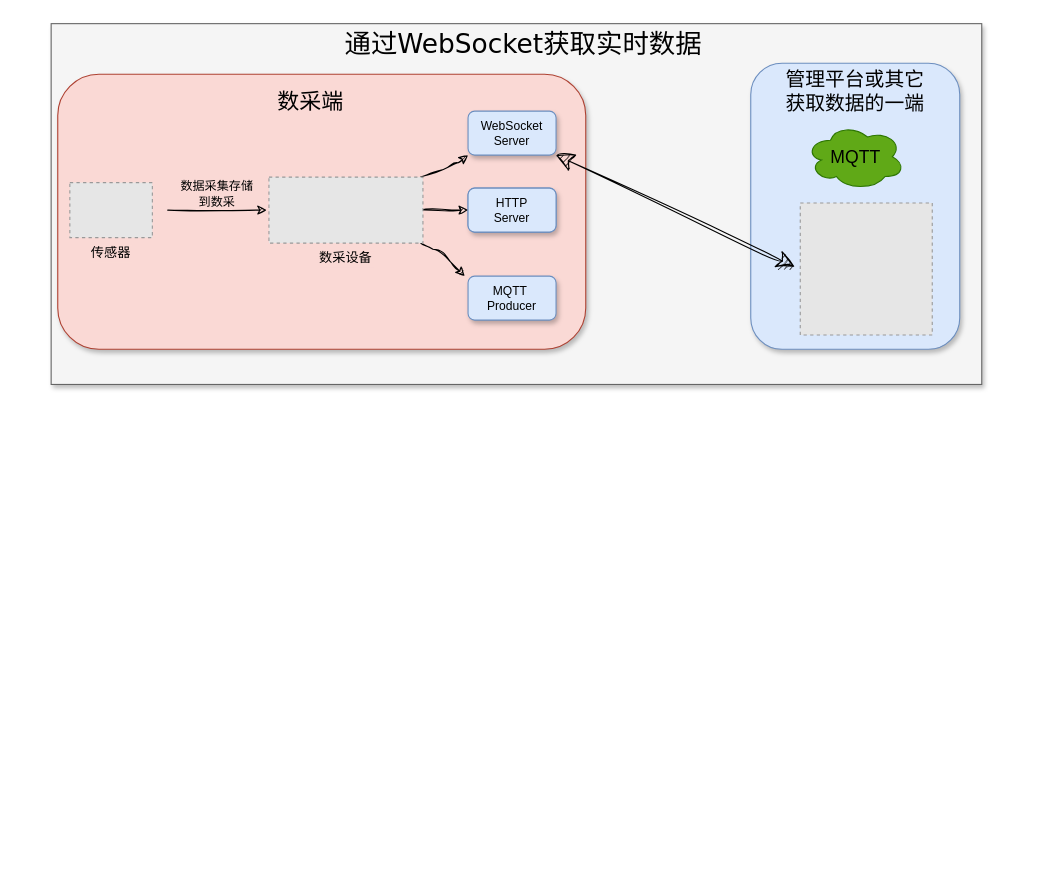
Before: page "第 2 页" (2 of 2) of drawio/dataFlow.drawio in raingnight/Blog_Pic, a draw.io diagram. Source tidied: cells renumbered, new cells numbered last; positions are measured from the earlier drawing's top-left corner, leaving out a move shared by most shapes. Both pictures are drawn from the tidied source at 110%, with x=0, y=0 at pixel (51, 23). Pictures stored in the file or linked from it are replaced by grey dashed boxes.
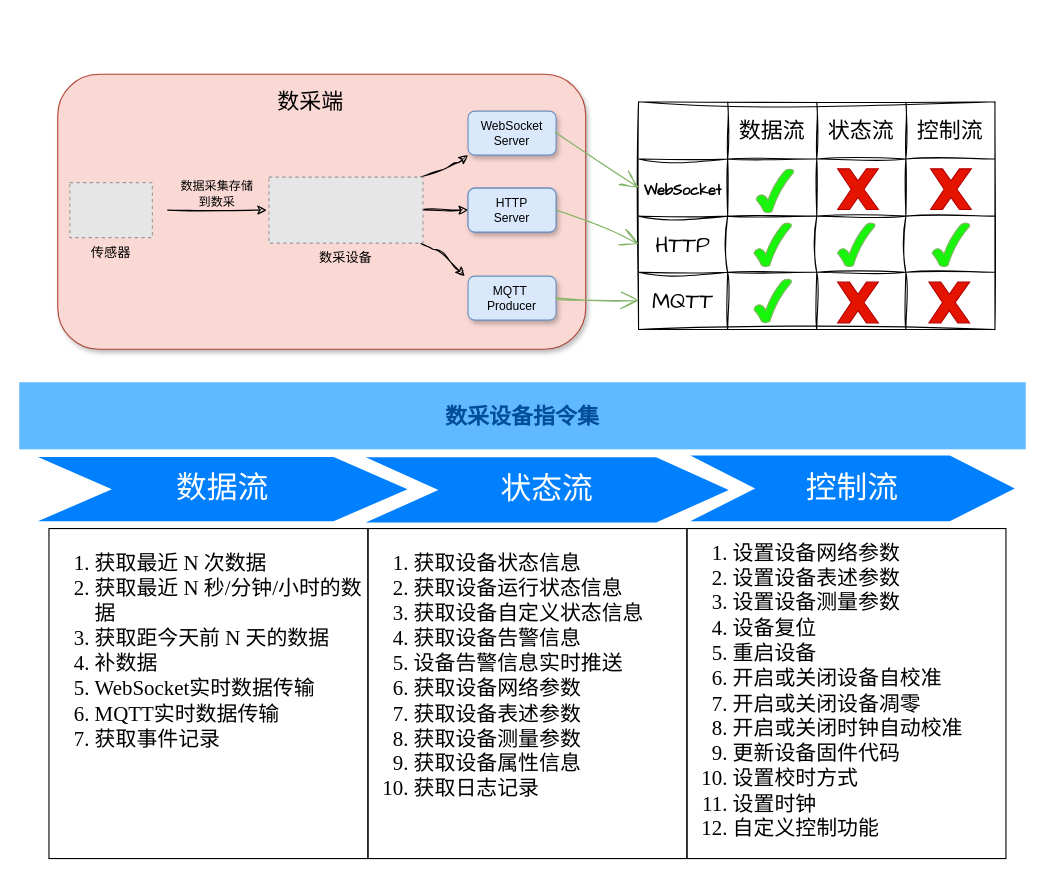
The same diagram, later.

Unchanged cells that the change refers to:
```xml
<mxCell id="7" style="whiteSpace=wrap;html=1;verticalAlign=top;labelBackgroundColor=default;fontSize=11;fillColor=#dae8fc;strokeColor=#6c8ebf;rounded=1;shadow=0;" parent="6" vertex="1">
  <mxGeometry width="80" height="40" as="geometry" />
</mxCell>
<mxCell id="11" style="whiteSpace=wrap;html=1;verticalAlign=top;labelBackgroundColor=default;fontSize=11;fillColor=#dae8fc;strokeColor=#6c8ebf;rounded=1;shadow=1;" parent="10" vertex="1">
  <mxGeometry width="80" height="40" as="geometry" />
</mxCell>
<mxCell id="15" style="whiteSpace=wrap;html=1;verticalAlign=top;labelBackgroundColor=default;fontSize=12;fillColor=#dae8fc;strokeColor=#6c8ebf;rounded=1;shadow=1;glass=0;" parent="14" vertex="1">
  <mxGeometry width="80" height="40" as="geometry" />
</mxCell>
```

The edit, as a diff of the source:
```diff
@@
-    <mxCell id="2" style="rounded=0;whiteSpace=wrap;html=1;shadow=1;sketch=0;hachureGap=4;jiggle=2;curveFitting=1;fontFamily=Verdana;fontSize=24;fillColor=#f5f5f5;strokeColor=#666666;fontColor=#333333;" parent="1" vertex="1">
-      <mxGeometry width="846" height="328" as="geometry" />
-    </mxCell>
@@
-    <mxCell id="22" style="group;shadow=1;" parent="1" vertex="1">
-      <mxGeometry x="636" y="36" width="190" height="260" as="geometry" />
-    </mxCell>
-    <mxCell id="23" style="rounded=1;whiteSpace=wrap;html=1;hachureGap=4;fontFamily=Architects Daughter;fontSize=20;fillColor=#dae8fc;strokeColor=#6c8ebf;shadow=1;" parent="22" vertex="1">
-      <mxGeometry width="190" height="260" as="geometry" />
-    </mxCell>
-    <mxCell id="24" style="group;rounded=1;" parent="22" vertex="1">
-      <mxGeometry x="50" y="55" width="90" height="60" as="geometry" />
-    </mxCell>
-    <mxCell id="25" style="ellipse;shape=cloud;whiteSpace=wrap;html=1;verticalAlign=top;labelBackgroundColor=default;fillColor=#60a917;fontColor=#ffffff;strokeColor=#2D7600;rounded=1;" parent="24" vertex="1">
-      <mxGeometry width="90" height="60" as="geometry" />
-    </mxCell>
+    <mxCell id="31" style="shape=table;startSize=0;childLayout=tableLayout;sketch=1;hachureGap=4;jiggle=2;curveFitting=1;fontFamily=Architects Daughter;fontSize=20;" parent="1" vertex="1">
+      <mxGeometry x="534" y="71" width="324" height="207" as="geometry" />
+    </mxCell>
+    <mxCell id="32" style="shape=tableRow;horizontal=0;startSize=0;swimlaneHead=0;swimlaneBody=0;strokeColor=inherit;top=0;left=0;bottom=0;right=0;fillColor=none;sketch=1;hachureGap=4;jiggle=2;curveFitting=1;fontFamily=Architects Daughter;fontSize=20;" parent="31" vertex="1">
+      <mxGeometry width="324" height="52" as="geometry" />
+    </mxCell>
+    <mxCell id="33" style="shape=partialRectangle;html=1;whiteSpace=wrap;strokeColor=inherit;overflow=hidden;fillColor=none;top=0;left=0;bottom=0;right=0;sketch=1;hachureGap=4;jiggle=2;curveFitting=1;fontFamily=Architects Daughter;fontSize=20;" parent="32" vertex="1">
+      <mxGeometry width="81" height="52" as="geometry" />
+    </mxCell>
+    <mxCell id="34" value="数据流" style="shape=partialRectangle;html=1;whiteSpace=wrap;strokeColor=inherit;overflow=hidden;fillColor=none;top=0;left=0;bottom=0;right=0;sketch=1;hachureGap=4;jiggle=2;curveFitting=1;fontFamily=Architects Daughter;fontSize=20;" parent="32" vertex="1">
+      <mxGeometry x="81" width="81" height="52" as="geometry" />
+    </mxCell>
+    <mxCell id="35" value="状态流" style="shape=partialRectangle;html=1;whiteSpace=wrap;strokeColor=inherit;overflow=hidden;fillColor=none;top=0;left=0;bottom=0;right=0;sketch=1;hachureGap=4;jiggle=2;curveFitting=1;fontFamily=Architects Daughter;fontSize=20;" parent="32" vertex="1">
+      <mxGeometry x="162" width="81" height="52" as="geometry" />
+    </mxCell>
+    <mxCell id="36" value="控制流" style="shape=partialRectangle;html=1;whiteSpace=wrap;strokeColor=inherit;overflow=hidden;fillColor=none;top=0;left=0;bottom=0;right=0;sketch=1;hachureGap=4;jiggle=2;curveFitting=1;fontFamily=Architects Daughter;fontSize=20;" parent="32" vertex="1">
+      <mxGeometry x="243" width="81" height="52" as="geometry" />
+    </mxCell>
+    <mxCell id="37" style="shape=tableRow;horizontal=0;startSize=0;swimlaneHead=0;swimlaneBody=0;strokeColor=inherit;top=0;left=0;bottom=0;right=0;fillColor=none;sketch=1;hachureGap=4;jiggle=2;curveFitting=1;fontFamily=Architects Daughter;fontSize=20;" parent="31" vertex="1">
+      <mxGeometry y="52" width="324" height="52" as="geometry" />
+    </mxCell>
+    <mxCell id="38" value="&lt;font style=&quot;font-size: 13px;&quot;&gt;&lt;b&gt;WebSocket&lt;/b&gt;&lt;/font&gt;" style="shape=partialRectangle;html=1;whiteSpace=wrap;strokeColor=inherit;overflow=hidden;fillColor=none;top=0;left=0;bottom=0;right=0;sketch=1;hachureGap=4;jiggle=2;curveFitting=1;fontFamily=Architects Daughter;fontSize=20;" parent="37" vertex="1">
+      <mxGeometry width="81" height="52" as="geometry" />
+    </mxCell>
+    <mxCell id="39" style="shape=partialRectangle;html=1;whiteSpace=wrap;strokeColor=inherit;overflow=hidden;fillColor=none;top=0;left=0;bottom=0;right=0;sketch=1;hachureGap=4;jiggle=2;curveFitting=1;fontFamily=Architects Daughter;fontSize=20;" parent="37" vertex="1">
+      <mxGeometry x="81" width="81" height="52" as="geometry" />
+    </mxCell>
+    <mxCell id="40" style="shape=partialRectangle;html=1;whiteSpace=wrap;strokeColor=inherit;overflow=hidden;fillColor=none;top=0;left=0;bottom=0;right=0;sketch=1;hachureGap=4;jiggle=2;curveFitting=1;fontFamily=Architects Daughter;fontSize=20;" parent="37" vertex="1">
+      <mxGeometry x="162" width="81" height="52" as="geometry" />
+    </mxCell>
+    <mxCell id="41" style="shape=partialRectangle;html=1;whiteSpace=wrap;strokeColor=inherit;overflow=hidden;fillColor=none;top=0;left=0;bottom=0;right=0;sketch=1;hachureGap=4;jiggle=2;curveFitting=1;fontFamily=Architects Daughter;fontSize=20;" parent="37" vertex="1">
+      <mxGeometry x="243" width="81" height="52" as="geometry" />
+    </mxCell>
+    <mxCell id="42" style="shape=tableRow;horizontal=0;startSize=0;swimlaneHead=0;swimlaneBody=0;strokeColor=inherit;top=0;left=0;bottom=0;right=0;fillColor=none;sketch=1;hachureGap=4;jiggle=2;curveFitting=1;fontFamily=Architects Daughter;fontSize=20;" parent="31" vertex="1">
+      <mxGeometry y="104" width="324" height="51" as="geometry" />
+    </mxCell>
+    <mxCell id="43" value="HTTP" style="shape=partialRectangle;html=1;whiteSpace=wrap;strokeColor=inherit;overflow=hidden;fillColor=none;top=0;left=0;bottom=0;right=0;sketch=1;hachureGap=4;jiggle=2;curveFitting=1;fontFamily=Architects Daughter;fontSize=20;" parent="42" vertex="1">
+      <mxGeometry width="81" height="51" as="geometry" />
+    </mxCell>
+    <mxCell id="44" style="shape=partialRectangle;html=1;whiteSpace=wrap;strokeColor=inherit;overflow=hidden;fillColor=none;top=0;left=0;bottom=0;right=0;sketch=1;hachureGap=4;jiggle=2;curveFitting=1;fontFamily=Architects Daughter;fontSize=20;" parent="42" vertex="1">
+      <mxGeometry x="81" width="81" height="51" as="geometry" />
+    </mxCell>
+    <mxCell id="45" style="shape=partialRectangle;html=1;whiteSpace=wrap;strokeColor=inherit;overflow=hidden;fillColor=none;top=0;left=0;bottom=0;right=0;sketch=1;hachureGap=4;jiggle=2;curveFitting=1;fontFamily=Architects Daughter;fontSize=20;" parent="42" vertex="1">
+      <mxGeometry x="162" width="81" height="51" as="geometry" />
+    </mxCell>
+    <mxCell id="46" style="shape=partialRectangle;html=1;whiteSpace=wrap;strokeColor=inherit;overflow=hidden;fillColor=none;top=0;left=0;bottom=0;right=0;sketch=1;hachureGap=4;jiggle=2;curveFitting=1;fontFamily=Architects Daughter;fontSize=20;" parent="42" vertex="1">
+      <mxGeometry x="243" width="81" height="51" as="geometry" />
+    </mxCell>
+    <mxCell id="47" style="shape=tableRow;horizontal=0;startSize=0;swimlaneHead=0;swimlaneBody=0;strokeColor=inherit;top=0;left=0;bottom=0;right=0;fillColor=none;sketch=1;hachureGap=4;jiggle=2;curveFitting=1;fontFamily=Architects Daughter;fontSize=20;" parent="31" vertex="1">
+      <mxGeometry y="155" width="324" height="52" as="geometry" />
+    </mxCell>
-    <mxCell id="26" value="&lt;font style=&quot;font-size: 16px;&quot;&gt;MQTT&lt;/font&gt;" style="text;strokeColor=none;fillColor=none;html=1;align=center;verticalAlign=middle;whiteSpace=wrap;rounded=1;" parent="24" vertex="1">
-      <mxGeometry x="22.5" y="18.8" width="45" height="22.5" as="geometry" />
+    <mxCell id="26" value="MQTT" style="shape=partialRectangle;html=1;whiteSpace=wrap;strokeColor=inherit;overflow=hidden;fillColor=none;top=0;left=0;bottom=0;right=0;sketch=1;hachureGap=4;jiggle=2;curveFitting=1;fontFamily=Architects Daughter;fontSize=20;" parent="47" vertex="1">
+      <mxGeometry width="81" height="52" as="geometry" />
     </mxCell>
-    <mxCell id="27" value="&lt;font style=&quot;font-size: 18px;&quot;&gt;管理平台或其它获取数据的一端&lt;/font&gt;" style="text;strokeColor=none;fillColor=none;html=1;align=center;verticalAlign=middle;whiteSpace=wrap;rounded=0;fontSize=11;fontFamily=Verdana;" parent="22" vertex="1">
-      <mxGeometry x="25" y="-1" width="140" height="52" as="geometry" />
-    </mxCell>
-    <mxCell id="28" style="fillColor=#E6E6E6;strokeColor=#999999;dashed=1;verticalLabelPosition=bottom;labelBackgroundColor=default;verticalAlign=top;" parent="22" vertex="1">
-      <mxGeometry x="45" y="127" width="120" height="120" as="geometry" />
-    </mxCell>
-    <mxCell id="29" value="&lt;font style=&quot;font-size: 24px;&quot;&gt;通过WebSocket获取实时数据&lt;/font&gt;" style="text;strokeColor=none;fillColor=none;html=1;align=center;verticalAlign=middle;whiteSpace=wrap;rounded=0;fontSize=11;fontFamily=Verdana;" parent="1" vertex="1">
-      <mxGeometry x="263" y="1" width="333" height="35" as="geometry" />
-    </mxCell>
-    <mxCell id="30" style="edgeStyle=none;curved=1;rounded=0;sketch=1;hachureGap=4;jiggle=2;curveFitting=1;jettySize=auto;html=1;exitX=0;exitY=0.5;exitDx=0;exitDy=0;entryX=1;entryY=1;entryDx=0;entryDy=0;fontFamily=Verdana;fontSize=24;startArrow=classic;startFill=1;endArrow=classic;endFill=1;startSize=14;endSize=14;sourcePerimeterSpacing=8;targetPerimeterSpacing=8;" parent="1" edge="1" target="11">
-      <mxGeometry relative="1" as="geometry">
-        <mxPoint x="676" y="221" as="sourcePoint" />
-      </mxGeometry>
-    </mxCell>
+    <mxCell id="48" style="shape=partialRectangle;html=1;whiteSpace=wrap;strokeColor=inherit;overflow=hidden;fillColor=none;top=0;left=0;bottom=0;right=0;sketch=1;hachureGap=4;jiggle=2;curveFitting=1;fontFamily=Architects Daughter;fontSize=20;" parent="47" vertex="1">
+      <mxGeometry x="81" width="81" height="52" as="geometry" />
+    </mxCell>
+    <mxCell id="49" style="shape=partialRectangle;html=1;whiteSpace=wrap;strokeColor=inherit;overflow=hidden;fillColor=none;top=0;left=0;bottom=0;right=0;sketch=1;hachureGap=4;jiggle=2;curveFitting=1;fontFamily=Architects Daughter;fontSize=20;" parent="47" vertex="1">
+      <mxGeometry x="162" width="81" height="52" as="geometry" />
+    </mxCell>
+    <mxCell id="50" style="shape=partialRectangle;html=1;whiteSpace=wrap;strokeColor=inherit;overflow=hidden;fillColor=none;top=0;left=0;bottom=0;right=0;sketch=1;hachureGap=4;jiggle=2;curveFitting=1;fontFamily=Architects Daughter;fontSize=20;" parent="47" vertex="1">
+      <mxGeometry x="243" width="81" height="52" as="geometry" />
+    </mxCell>
+    <mxCell id="51" style="verticalLabelPosition=bottom;verticalAlign=top;html=1;shape=mxgraph.basic.tick;hachureGap=4;fontFamily=Architects Daughter;fontSize=13;fillColor=#16f50a;strokeColor=#82B366;" parent="1" vertex="1">
+      <mxGeometry x="641" y="132" width="34" height="40" as="geometry" />
+    </mxCell>
+    <mxCell id="52" style="verticalLabelPosition=bottom;verticalAlign=top;html=1;shape=mxgraph.basic.x;hachureGap=4;fontFamily=Architects Daughter;fontSize=13;fillColor=#e51400;strokeColor=#B20000;fontColor=#ffffff;" parent="1" vertex="1">
+      <mxGeometry x="798" y="235" width="37" height="37" as="geometry" />
+    </mxCell>
+    <mxCell id="53" style="verticalLabelPosition=bottom;verticalAlign=top;html=1;shape=mxgraph.basic.tick;hachureGap=4;fontFamily=Architects Daughter;fontSize=13;fillColor=#16f50a;strokeColor=#82B366;" parent="1" vertex="1">
+      <mxGeometry x="639" y="181" width="34" height="40" as="geometry" />
+    </mxCell>
+    <mxCell id="54" style="verticalLabelPosition=bottom;verticalAlign=top;html=1;shape=mxgraph.basic.tick;hachureGap=4;fontFamily=Architects Daughter;fontSize=13;fillColor=#16f50a;strokeColor=#82B366;" parent="1" vertex="1">
+      <mxGeometry x="715" y="181" width="34" height="40" as="geometry" />
+    </mxCell>
+    <mxCell id="55" style="verticalLabelPosition=bottom;verticalAlign=top;html=1;shape=mxgraph.basic.tick;hachureGap=4;fontFamily=Architects Daughter;fontSize=13;fillColor=#16f50a;strokeColor=#82B366;" parent="1" vertex="1">
+      <mxGeometry x="801" y="181" width="34" height="40" as="geometry" />
+    </mxCell>
+    <mxCell id="56" style="verticalLabelPosition=bottom;verticalAlign=top;html=1;shape=mxgraph.basic.tick;hachureGap=4;fontFamily=Architects Daughter;fontSize=13;fillColor=#16f50a;strokeColor=#82B366;" parent="1" vertex="1">
+      <mxGeometry x="639" y="232" width="34" height="40" as="geometry" />
+    </mxCell>
+    <mxCell id="57" style="verticalLabelPosition=bottom;verticalAlign=top;html=1;shape=mxgraph.basic.x;hachureGap=4;fontFamily=Architects Daughter;fontSize=13;fillColor=#e51400;strokeColor=#B20000;fontColor=#ffffff;" parent="1" vertex="1">
+      <mxGeometry x="715" y="132" width="37" height="37" as="geometry" />
+    </mxCell>
+    <mxCell id="58" style="verticalLabelPosition=bottom;verticalAlign=top;html=1;shape=mxgraph.basic.x;hachureGap=4;fontFamily=Architects Daughter;fontSize=13;fillColor=#e51400;strokeColor=#B20000;fontColor=#ffffff;" parent="1" vertex="1">
+      <mxGeometry x="799.5" y="132" width="37" height="37" as="geometry" />
+    </mxCell>
+    <mxCell id="59" style="verticalLabelPosition=bottom;verticalAlign=top;html=1;shape=mxgraph.basic.x;hachureGap=4;fontFamily=Architects Daughter;fontSize=13;fillColor=#e51400;strokeColor=#B20000;fontColor=#ffffff;" parent="1" vertex="1">
+      <mxGeometry x="715" y="235" width="37" height="37" as="geometry" />
+    </mxCell>
+    <mxCell id="60" style="edgeStyle=none;curved=1;rounded=0;sketch=1;hachureGap=4;jiggle=2;curveFitting=1;jettySize=auto;html=1;exitX=1;exitY=0.5;exitDx=0;exitDy=0;entryX=0;entryY=0.5;entryDx=0;entryDy=0;fontFamily=Architects Daughter;fontSize=13;endArrow=open;startSize=14;endSize=14;sourcePerimeterSpacing=8;targetPerimeterSpacing=8;fillColor=#d5e8d4;strokeColor=#82b366;" parent="1" edge="1" source="11" target="38">
+      <mxGeometry relative="1" as="geometry" />
+    </mxCell>
+    <mxCell id="61" style="edgeStyle=none;curved=1;rounded=0;sketch=1;hachureGap=4;jiggle=2;curveFitting=1;jettySize=auto;html=1;exitX=1;exitY=0.5;exitDx=0;exitDy=0;entryX=0;entryY=0.5;entryDx=0;entryDy=0;fontFamily=Architects Daughter;fontSize=13;endArrow=open;startSize=14;endSize=14;sourcePerimeterSpacing=8;targetPerimeterSpacing=8;fillColor=#d5e8d4;strokeColor=#82b366;" parent="1" edge="1" source="7" target="43">
+      <mxGeometry relative="1" as="geometry">
+        <Array as="points">
+          <mxPoint x="496" y="184" />
+        </Array>
+      </mxGeometry>
+    </mxCell>
+    <mxCell id="62" style="edgeStyle=none;curved=1;rounded=0;sketch=1;hachureGap=4;jiggle=2;curveFitting=1;jettySize=auto;html=1;exitX=1;exitY=0.5;exitDx=0;exitDy=0;entryX=0;entryY=0.5;entryDx=0;entryDy=0;fontFamily=Architects Daughter;fontSize=13;endArrow=open;startSize=14;endSize=14;sourcePerimeterSpacing=8;targetPerimeterSpacing=8;fillColor=#d5e8d4;strokeColor=#82b366;" parent="1" edge="1" source="15" target="26">
+      <mxGeometry relative="1" as="geometry" />
+    </mxCell>
+    <mxCell id="63" value="数据流" style="shape=step;whiteSpace=wrap;html=1;fontSize=28;fillColor=#0080FF;fontColor=#FFFFFF;strokeColor=none;hachureGap=4;fontFamily=Architects Daughter;" parent="1" vertex="1">
+      <mxGeometry x="-12" y="394" width="336" height="58.4" as="geometry" />
+    </mxCell>
+    <mxCell id="64" value="状态流" style="shape=step;whiteSpace=wrap;html=1;fontSize=28;fillColor=#0080FF;fontColor=#FFFFFF;strokeColor=none;hachureGap=4;fontFamily=Architects Daughter;" parent="1" vertex="1">
+      <mxGeometry x="286" y="394.2" width="330" height="59.4" as="geometry" />
+    </mxCell>
+    <mxCell id="65" value="控制流" style="shape=step;whiteSpace=wrap;html=1;fontSize=28;fillColor=#0080FF;fontColor=#FFFFFF;strokeColor=none;hachureGap=4;fontFamily=Architects Daughter;" parent="1" vertex="1">
+      <mxGeometry x="581" y="392.6" width="295" height="59.8" as="geometry" />
+    </mxCell>
+    <mxCell id="66" value="数采设备指令集" style="text;html=1;strokeColor=none;fillColor=#61BAFF;align=center;verticalAlign=middle;whiteSpace=wrap;fontSize=20;fontStyle=1;fontColor=#004D99;fontFamily=Architects Daughter;" parent="1" vertex="1">
+      <mxGeometry x="-29" y="326" width="915" height="61" as="geometry" />
+    </mxCell>
+    <mxCell id="67" value="&lt;ol style=&quot;line-height: 120%; font-size: 19px;&quot;&gt;&lt;li style=&quot;font-size: 19px;&quot;&gt;&lt;font style=&quot;font-size: 19px;&quot;&gt;获取最近 N 次数据&lt;/font&gt;&lt;/li&gt;&lt;li style=&quot;font-size: 19px;&quot;&gt;&lt;font style=&quot;font-size: 19px;&quot;&gt;&lt;font style=&quot;background-color: initial; font-size: 19px;&quot;&gt;获取最近&lt;/font&gt;&amp;nbsp;N 秒/分钟/小时的数据&lt;/font&gt;&lt;/li&gt;&lt;li style=&quot;font-size: 19px;&quot;&gt;&lt;font style=&quot;font-size: 19px;&quot;&gt;获取距今天前 N 天的数据&lt;/font&gt;&lt;/li&gt;&lt;li style=&quot;font-size: 19px;&quot;&gt;&lt;font style=&quot;font-size: 19px;&quot;&gt;补数据&lt;/font&gt;&lt;/li&gt;&lt;li style=&quot;font-size: 19px;&quot;&gt;&lt;font style=&quot;font-size: 19px;&quot;&gt;WebSocket实时数据传输&lt;/font&gt;&lt;/li&gt;&lt;li style=&quot;font-size: 19px;&quot;&gt;&lt;font style=&quot;font-size: 19px;&quot;&gt;MQTT实时数据传输&lt;/font&gt;&lt;/li&gt;&lt;li style=&quot;font-size: 19px;&quot;&gt;&lt;font style=&quot;font-size: 19px;&quot;&gt;获取事件记录&lt;/font&gt;&lt;/li&gt;&lt;/ol&gt;" style="text;spacingTop=-5;whiteSpace=wrap;html=1;align=left;fontSize=19;fontFamily=Times New Roman;fillColor=none;strokeColor=default;horizontal=1;verticalAlign=top;" parent="1" vertex="1">
+      <mxGeometry x="-2" y="459" width="290" height="300" as="geometry" />
+    </mxCell>
+    <mxCell id="68" value="&lt;div style=&quot;line-height: 120%; font-size: 19px;&quot;&gt;&lt;ol style=&quot;line-height: 120%; font-size: 19px;&quot;&gt;&lt;li style=&quot;font-size: 19px;&quot;&gt;&lt;font style=&quot;font-size: 19px;&quot;&gt;获取设备状态信息&lt;/font&gt;&lt;/li&gt;&lt;li style=&quot;font-size: 19px;&quot;&gt;&lt;font style=&quot;font-size: 19px;&quot;&gt;获取设备运行状态信息&lt;/font&gt;&lt;/li&gt;&lt;li style=&quot;font-size: 19px;&quot;&gt;&lt;font style=&quot;font-size: 19px;&quot;&gt;获取设备自定义状态信息&lt;/font&gt;&lt;/li&gt;&lt;li style=&quot;font-size: 19px;&quot;&gt;&lt;font style=&quot;font-size: 19px;&quot;&gt;获取设备告警信息&lt;/font&gt;&lt;/li&gt;&lt;li style=&quot;font-size: 19px;&quot;&gt;&lt;font style=&quot;font-size: 19px;&quot;&gt;设备告警信息实时推送&lt;/font&gt;&lt;/li&gt;&lt;li style=&quot;font-size: 19px;&quot;&gt;&lt;font style=&quot;font-size: 19px;&quot;&gt;获取设备网络参数&lt;/font&gt;&lt;/li&gt;&lt;li style=&quot;font-size: 19px;&quot;&gt;&lt;font style=&quot;font-size: 19px;&quot;&gt;获取设备表述参数&lt;/font&gt;&lt;/li&gt;&lt;li style=&quot;font-size: 19px;&quot;&gt;&lt;font style=&quot;font-size: 19px;&quot;&gt;获取设备测量参数&lt;/font&gt;&lt;/li&gt;&lt;li style=&quot;font-size: 19px;&quot;&gt;&lt;font style=&quot;font-size: 19px;&quot;&gt;获取设备属性信息&lt;/font&gt;&lt;/li&gt;&lt;li style=&quot;font-size: 19px;&quot;&gt;&lt;font style=&quot;font-size: 19px;&quot;&gt;获取日志记录&lt;/font&gt;&lt;/li&gt;&lt;/ol&gt;&lt;/div&gt;&lt;div style=&quot;line-height: 120%; font-size: 19px;&quot;&gt;&lt;font style=&quot;font-size: 19px;&quot;&gt;&lt;br style=&quot;font-size: 19px;&quot;&gt;&lt;/font&gt;&lt;br style=&quot;font-size: 19px;&quot;&gt;&lt;/div&gt;" style="text;spacingTop=-5;fillColor=#ffffff;whiteSpace=wrap;html=1;align=left;fontSize=19;fontFamily=Times New Roman;fillColor=none;strokeColor=default;verticalAlign=top;" parent="1" vertex="1">
+      <mxGeometry x="288" y="459" width="290" height="300" as="geometry" />
+    </mxCell>
+    <mxCell id="69" value="&lt;div style=&quot;font-size: 19px;&quot;&gt;&lt;div style=&quot;font-size: 19px;&quot;&gt;&lt;ol style=&quot;font-size: 19px;&quot;&gt;&lt;li style=&quot;font-size: 19px;&quot;&gt;设置设备网络参数&lt;/li&gt;&lt;li style=&quot;font-size: 19px;&quot;&gt;设置设备表述参数&lt;/li&gt;&lt;li style=&quot;font-size: 19px;&quot;&gt;设置设备测量参数&lt;/li&gt;&lt;li style=&quot;font-size: 19px;&quot;&gt;设备复位&lt;/li&gt;&lt;li style=&quot;font-size: 19px;&quot;&gt;重启设备&lt;/li&gt;&lt;li style=&quot;font-size: 19px;&quot;&gt;开启或关闭设备自校准&lt;/li&gt;&lt;li style=&quot;font-size: 19px;&quot;&gt;开启或关闭设备凋零&lt;/li&gt;&lt;li style=&quot;font-size: 19px;&quot;&gt;开启或关闭时钟自动校准&lt;/li&gt;&lt;li style=&quot;font-size: 19px;&quot;&gt;更新设备固件代码&lt;/li&gt;&lt;li style=&quot;font-size: 19px;&quot;&gt;设置校时方式&lt;/li&gt;&lt;li style=&quot;font-size: 19px;&quot;&gt;设置时钟&lt;/li&gt;&lt;li style=&quot;font-size: 19px;&quot;&gt;自定义控制功能&lt;/li&gt;&lt;/ol&gt;&lt;/div&gt;&lt;/div&gt;" style="text;spacingTop=-5;fillColor=#ffffff;whiteSpace=wrap;html=1;align=left;fontSize=19;fontFamily=Times New Roman;fillColor=none;strokeColor=default;verticalAlign=middle;" parent="1" vertex="1">
+      <mxGeometry x="578" y="459" width="290" height="300" as="geometry" />
+    </mxCell>
```
